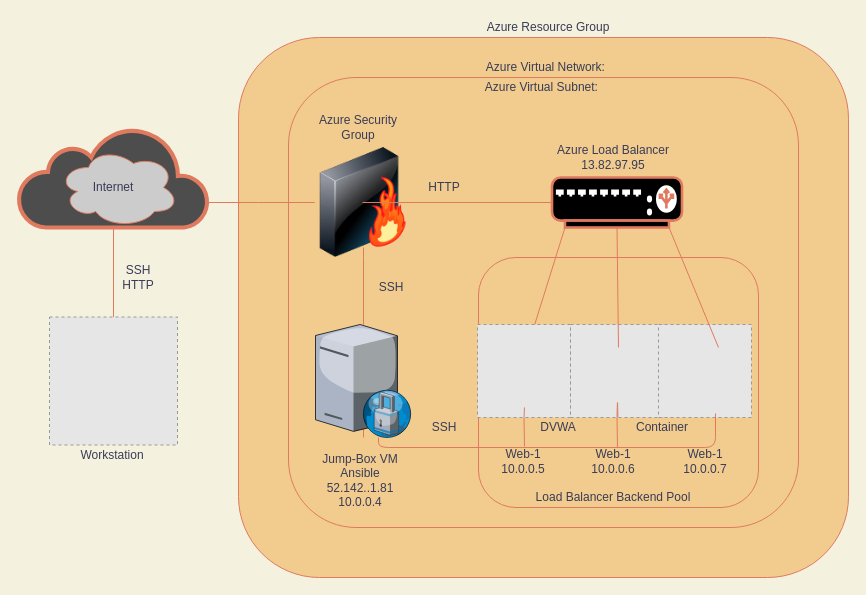
The draw.io diagram HW_12/Untitled Diagram.drawio in Omolabake94/CyberSecurity_Bootcamp, before the edit. Source tidied: cells renumbered, new cells numbered last; positions are measured from the earlier drawing's top-left corner, leaving out a move shared by most shapes. Both pictures are drawn from the tidied source at 100%, with x=0, y=0 at pixel (18, 17). Pictures stored in the file or linked from it are replaced by grey dashed boxes.
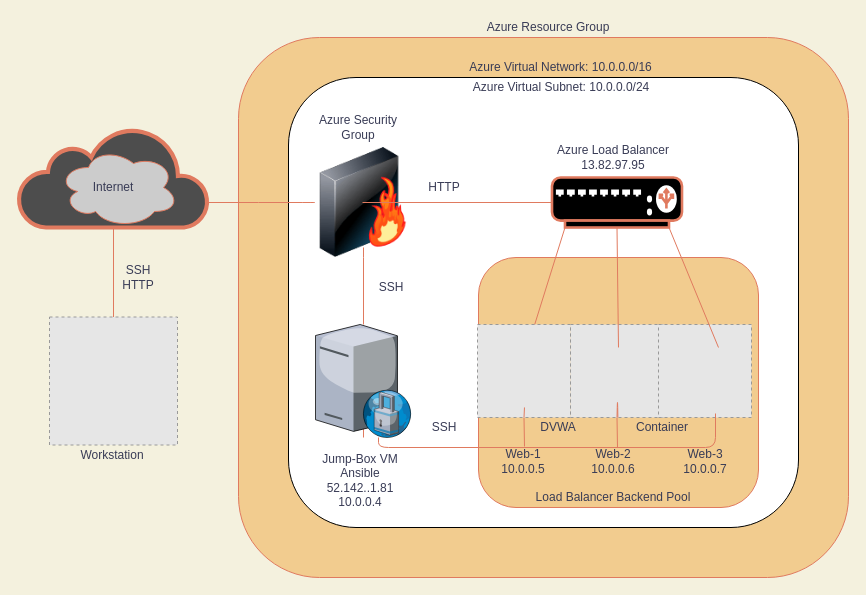
Above is the later version.

The edit, as a diff of the source:
```diff
@@
-    <mxCell id="5" style="whiteSpace=wrap;html=1;strokeColor=#E07A5F;fillColor=#F2CC8F;rounded=1;fontColor=#393C56;" parent="1" vertex="1">
+    <mxCell id="5" style="whiteSpace=wrap;html=1;rounded=1;" parent="1" vertex="1">
       <mxGeometry x="270" y="60" width="510" height="450" as="geometry" />
     </mxCell>
@@
-    <mxCell id="36" value="Web-1&lt;br&gt;10.0.0.6" style="text;html=1;strokeColor=none;fillColor=none;align=center;verticalAlign=middle;whiteSpace=wrap;rounded=0;fontColor=#393C56;" parent="1" vertex="1">
+    <mxCell id="36" value="Web-2&lt;br&gt;10.0.0.6" style="text;html=1;strokeColor=none;fillColor=none;align=center;verticalAlign=middle;whiteSpace=wrap;rounded=0;fontColor=#393C56;" parent="1" vertex="1">
       <mxGeometry x="560" y="427.5" width="70" height="32.5" as="geometry" />
     </mxCell>
-    <mxCell id="37" value="Web-1&lt;br&gt;10.0.0.7" style="text;html=1;strokeColor=none;fillColor=none;align=center;verticalAlign=middle;whiteSpace=wrap;rounded=0;fontColor=#393C56;" parent="1" vertex="1">
+    <mxCell id="37" value="Web-3&lt;br&gt;10.0.0.7" style="text;html=1;strokeColor=none;fillColor=none;align=center;verticalAlign=middle;whiteSpace=wrap;rounded=0;fontColor=#393C56;" parent="1" vertex="1">
       <mxGeometry x="651.5" y="427.5" width="70" height="32.5" as="geometry" />
     </mxCell>
@@
-    <mxCell id="47" value="Azure Virtual Subnet:&amp;nbsp;" style="text;html=1;strokeColor=none;fillColor=none;align=center;verticalAlign=middle;whiteSpace=wrap;rounded=0;sketch=0;fontColor=#393C56;" parent="1" vertex="1">
-      <mxGeometry x="450" y="60" width="150" height="20" as="geometry" />
+    <mxCell id="47" value="Azure Virtual Subnet: 10.0.0.0/24" style="text;html=1;strokeColor=none;fillColor=none;align=center;verticalAlign=middle;whiteSpace=wrap;rounded=0;sketch=0;fontColor=#393C56;" parent="1" vertex="1">
+      <mxGeometry x="446" y="60" width="194" height="20" as="geometry" />
     </mxCell>
-    <mxCell id="48" value="Azure Virtual Network:&amp;nbsp;" style="text;html=1;strokeColor=none;fillColor=none;align=center;verticalAlign=middle;whiteSpace=wrap;rounded=0;sketch=0;fontColor=#393C56;" parent="1" vertex="1">
-      <mxGeometry x="433.5" y="40" width="190" height="20" as="geometry" />
+    <mxCell id="48" value="Azure Virtual Network: 10.0.0.0/16" style="text;html=1;strokeColor=none;fillColor=none;align=center;verticalAlign=middle;whiteSpace=wrap;rounded=0;sketch=0;fontColor=#393C56;" parent="1" vertex="1">
+      <mxGeometry x="433.5" y="40" width="216.5" height="20" as="geometry" />
     </mxCell>
```
